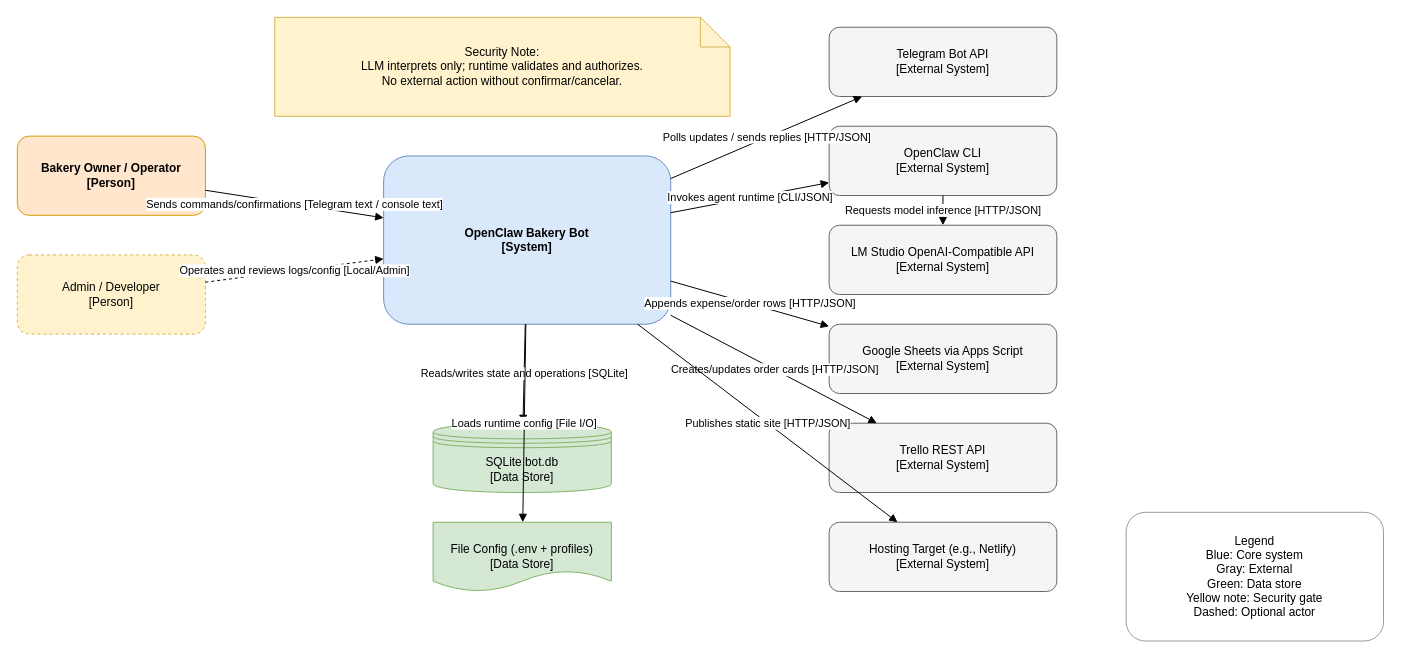
This is page "Level 1 - Context" (1 of 8) of documentation/c4/bot-bakery-c4.drawio from victorp1leon/openclaw-bakery, a draw.io file, before an edit. Source tidied: cells renumbered, new cells numbered last; positions are measured from the earlier drawing's top-left corner, leaving out a move shared by most shapes. Both pictures are drawn from the tidied source at 99%, with x=0, y=0 at pixel (17, 17).
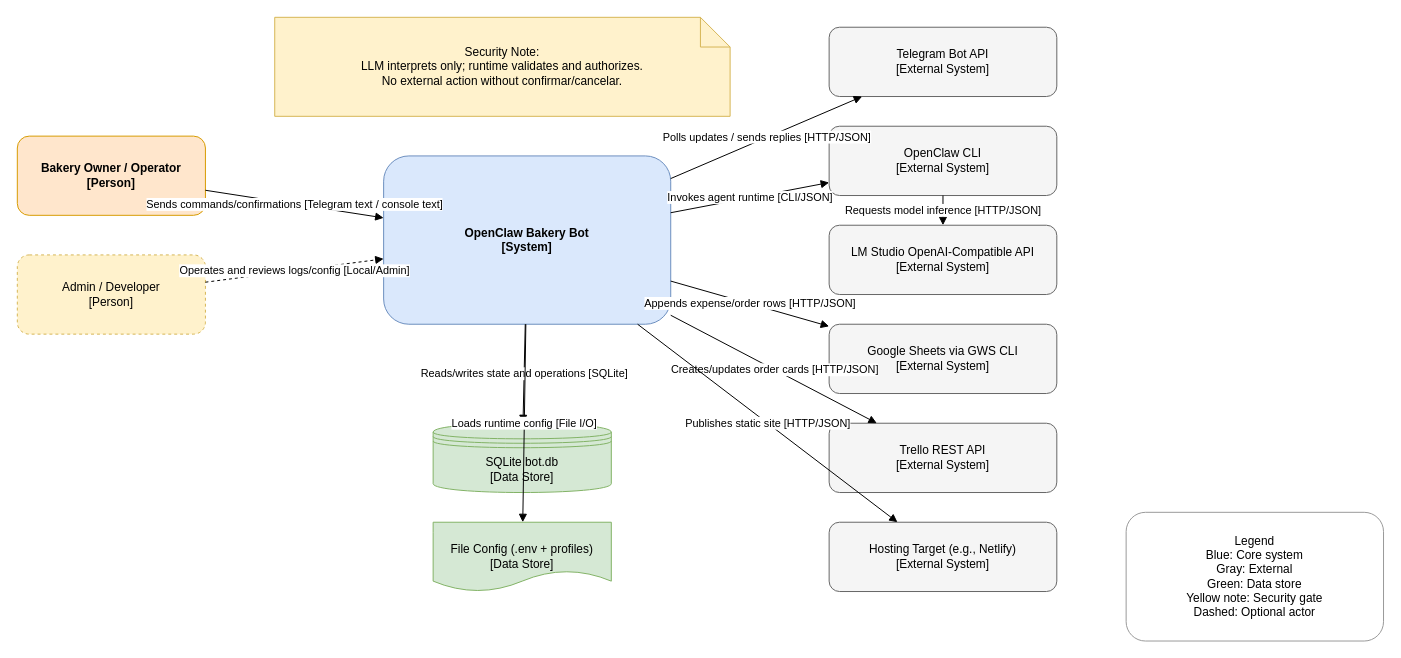
The same page after the edit.

Diff of the diagram source:
```diff
@@
-    <mxCell id="8" value="Google Sheets via Apps Script&#10;[External System]" style="rounded=1;whiteSpace=wrap;html=1;fillColor=#f5f5f5;strokeColor=#666666;" parent="1" vertex="1">
+    <mxCell id="8" value="Google Sheets via GWS CLI&#10;[External System]" style="rounded=1;whiteSpace=wrap;html=1;fillColor=#f5f5f5;strokeColor=#666666;" parent="1" vertex="1">
       <mxGeometry x="820" y="310" width="230" height="70" as="geometry" />
     </mxCell>
```
